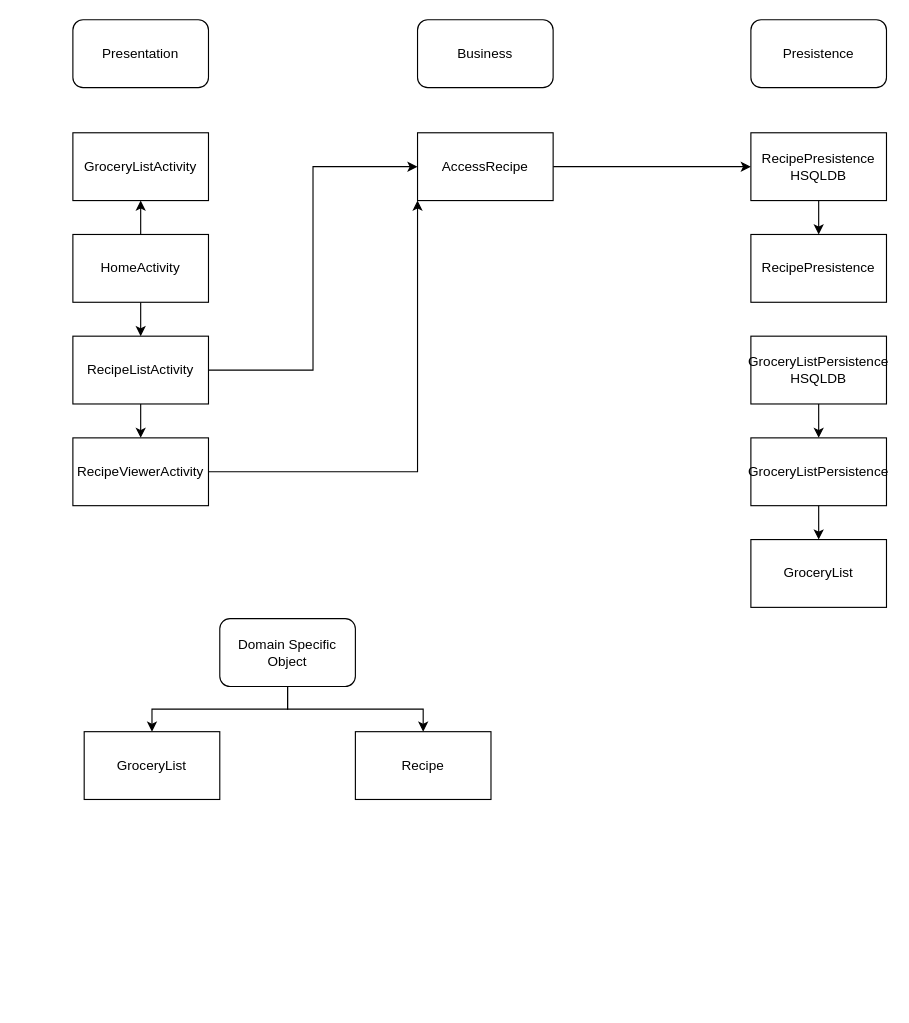
Earlier version of the draw.io diagram Architecture/Architecture.drawio (EddenWong/RecipeApp). Source tidied: cells renumbered, new cells numbered last; positions are measured from the earlier drawing's top-left corner, leaving out a move shared by most shapes. Both pictures are drawn from the tidied source at 113%, with x=0, y=0 at pixel (72, 19).
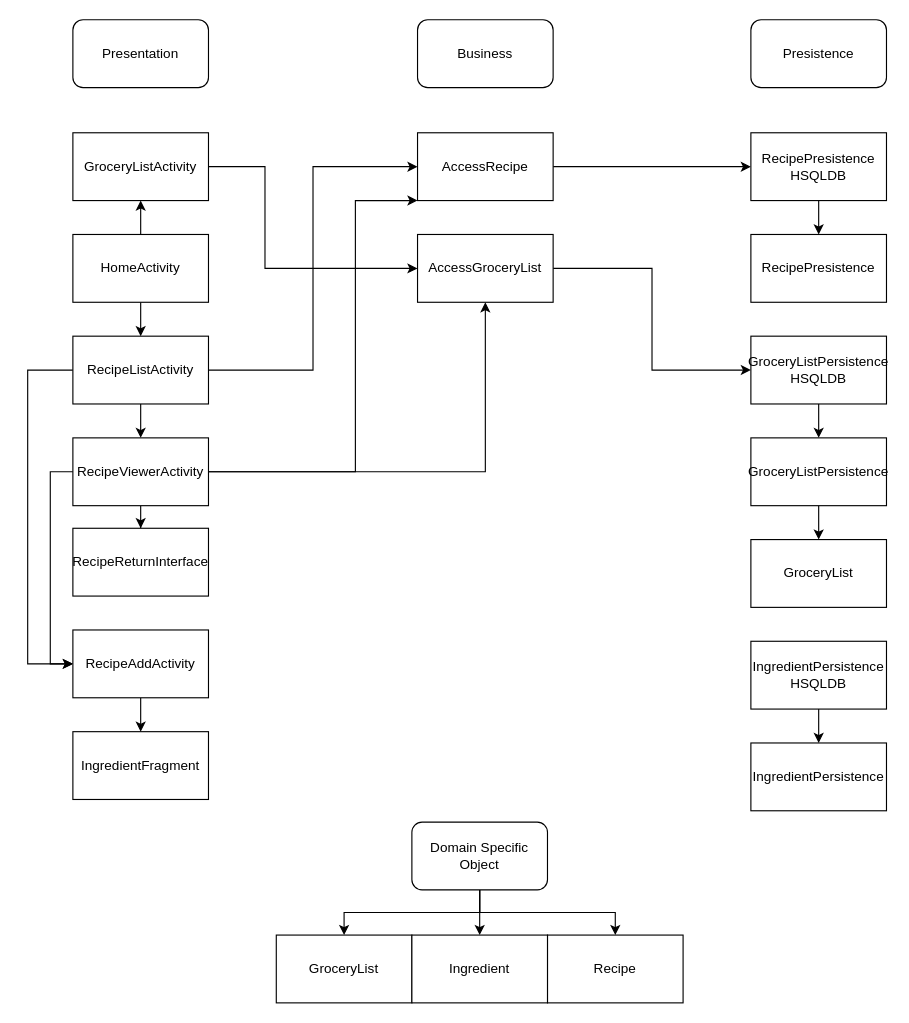
The same page after the edit.

Unchanged cells that the change refers to:
```xml
<mxCell id="5" value="GroceryListActivity" style="rounded=0;whiteSpace=wrap;html=1;" parent="1" vertex="1">
  <mxGeometry y="100" width="120" height="60" as="geometry" />
</mxCell>
<mxCell id="11" value="RecipeListActivity" style="rounded=0;whiteSpace=wrap;html=1;" parent="1" vertex="1">
  <mxGeometry y="280" width="120" height="60" as="geometry" />
</mxCell>
<mxCell id="13" value="RecipeViewerActivity" style="rounded=0;whiteSpace=wrap;html=1;" parent="1" vertex="1">
  <mxGeometry y="370" width="120" height="60" as="geometry" />
</mxCell>
<mxCell id="18" value="AccessRecipe" style="rounded=0;whiteSpace=wrap;html=1;" parent="1" vertex="1">
  <mxGeometry x="305" y="100" width="120" height="60" as="geometry" />
</mxCell>
<mxCell id="20" value="GroceryListPersistence&lt;br&gt;HSQLDB" style="rounded=0;whiteSpace=wrap;html=1;" parent="1" vertex="1">
  <mxGeometry x="600" y="280" width="120" height="60" as="geometry" />
</mxCell>
```

Diff of the diagram source:
```diff
@@
+    <mxCell id="29" style="edgeStyle=orthogonalEdgeStyle;rounded=0;jettySize=auto;html=1;entryX=0;entryY=0.5;entryDx=0;entryDy=0;" parent="1" edge="1" source="5" target="36">
+      <mxGeometry relative="1" as="geometry">
+        <Array as="points">
+          <mxPoint x="170" y="130" />
+          <mxPoint x="170" y="220" />
+        </Array>
+      </mxGeometry>
+    </mxCell>
@@
+    <mxCell id="30" style="edgeStyle=orthogonalEdgeStyle;rounded=0;jettySize=auto;html=1;entryX=0;entryY=0.5;entryDx=0;entryDy=0;" parent="1" edge="1" source="11" target="43">
+      <mxGeometry relative="1" as="geometry">
+        <Array as="points">
+          <mxPoint x="-40" y="310" />
+          <mxPoint x="-40" y="570" />
+        </Array>
+      </mxGeometry>
+    </mxCell>
@@
     <mxCell id="12" style="edgeStyle=orthogonalEdgeStyle;rounded=0;jettySize=auto;html=1;entryX=0;entryY=1;entryDx=0;entryDy=0;" parent="1" edge="1" source="13" target="18">
-      <mxGeometry relative="1" as="geometry" />
+      <mxGeometry relative="1" as="geometry">
+        <Array as="points">
+          <mxPoint x="250" y="400" />
+          <mxPoint x="250" y="160" />
+        </Array>
+      </mxGeometry>
     </mxCell>
+    <mxCell id="31" style="edgeStyle=orthogonalEdgeStyle;rounded=0;jettySize=auto;html=1;" parent="1" edge="1" source="13" target="44">
+      <mxGeometry relative="1" as="geometry" />
+    </mxCell>
+    <mxCell id="32" style="edgeStyle=orthogonalEdgeStyle;rounded=0;jettySize=auto;html=1;entryX=0;entryY=0.5;entryDx=0;entryDy=0;" parent="1" edge="1" source="13" target="43">
+      <mxGeometry relative="1" as="geometry">
+        <Array as="points">
+          <mxPoint x="-20" y="400" />
+          <mxPoint x="-20" y="570" />
+        </Array>
+      </mxGeometry>
+    </mxCell>
+    <mxCell id="33" style="edgeStyle=orthogonalEdgeStyle;rounded=0;jettySize=auto;html=1;entryX=0.5;entryY=1;entryDx=0;entryDy=0;" parent="1" edge="1" source="13" target="36">
+      <mxGeometry relative="1" as="geometry" />
+    </mxCell>
@@
+    <mxCell id="34" style="edgeStyle=orthogonalEdgeStyle;rounded=0;jettySize=auto;html=1;entryX=0.5;entryY=0;entryDx=0;entryDy=0;" parent="1" edge="1" source="26" target="37">
+      <mxGeometry relative="1" as="geometry" />
+    </mxCell>
     <mxCell id="26" value="Domain Specific Object" style="rounded=1;whiteSpace=wrap;html=1;" parent="1" vertex="1">
-      <mxGeometry x="130" y="530" width="120" height="60" as="geometry" />
+      <mxGeometry x="300" y="710" width="120" height="60" as="geometry" />
     </mxCell>
     <mxCell id="27" value="GroceryList" style="rounded=0;whiteSpace=wrap;html=1;" parent="1" vertex="1">
-      <mxGeometry x="10" y="630" width="120" height="60" as="geometry" />
+      <mxGeometry x="180" y="810" width="120" height="60" as="geometry" />
     </mxCell>
     <mxCell id="28" value="Recipe" style="rounded=0;whiteSpace=wrap;html=1;" parent="1" vertex="1">
-      <mxGeometry x="250" y="630" width="120" height="60" as="geometry" />
+      <mxGeometry x="420" y="810" width="120" height="60" as="geometry" />
     </mxCell>
+    <mxCell id="35" style="edgeStyle=orthogonalEdgeStyle;rounded=0;jettySize=auto;html=1;entryX=0;entryY=0.5;entryDx=0;entryDy=0;" parent="1" edge="1" source="36" target="20">
+      <mxGeometry relative="1" as="geometry" />
+    </mxCell>
+    <mxCell id="36" value="AccessGroceryList" style="rounded=0;whiteSpace=wrap;html=1;" parent="1" vertex="1">
+      <mxGeometry x="305" y="190" width="120" height="60" as="geometry" />
+    </mxCell>
+    <mxCell id="37" value="Ingredient" style="rounded=0;whiteSpace=wrap;html=1;" parent="1" vertex="1">
+      <mxGeometry x="300" y="810" width="120" height="60" as="geometry" />
+    </mxCell>
+    <mxCell id="38" value="IngredientPersistence" style="rounded=0;whiteSpace=wrap;html=1;" parent="1" vertex="1">
+      <mxGeometry x="600" y="640" width="120" height="60" as="geometry" />
+    </mxCell>
+    <mxCell id="39" style="edgeStyle=orthogonalEdgeStyle;rounded=0;jettySize=auto;html=1;entryX=0.5;entryY=0;entryDx=0;entryDy=0;" parent="1" edge="1" source="40" target="38">
+      <mxGeometry relative="1" as="geometry" />
+    </mxCell>
+    <mxCell id="40" value="IngredientPersistence&lt;br&gt;HSQLDB" style="rounded=0;whiteSpace=wrap;html=1;" parent="1" vertex="1">
+      <mxGeometry x="600" y="550" width="120" height="60" as="geometry" />
+    </mxCell>
+    <mxCell id="41" value="IngredientFragment" style="rounded=0;whiteSpace=wrap;html=1;" parent="1" vertex="1">
+      <mxGeometry y="630" width="120" height="60" as="geometry" />
+    </mxCell>
+    <mxCell id="42" style="edgeStyle=orthogonalEdgeStyle;rounded=0;jettySize=auto;html=1;entryX=0.5;entryY=0;entryDx=0;entryDy=0;" parent="1" edge="1" source="43" target="41">
+      <mxGeometry relative="1" as="geometry" />
+    </mxCell>
+    <mxCell id="43" value="RecipeAddActivity" style="rounded=0;whiteSpace=wrap;html=1;" parent="1" vertex="1">
+      <mxGeometry y="540" width="120" height="60" as="geometry" />
+    </mxCell>
+    <mxCell id="44" value="RecipeReturnInterface" style="rounded=0;whiteSpace=wrap;html=1;" parent="1" vertex="1">
+      <mxGeometry y="450" width="120" height="60" as="geometry" />
+    </mxCell>
```
